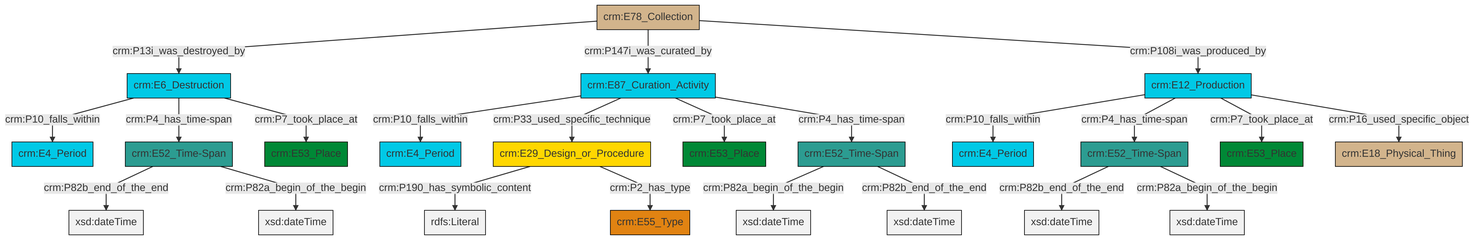
The Mermaid diagram et/archivalCSV/ttl/mmd/png/archival_existence.png in swiss-art-research-net/docs.swissartresearch, before a commit. Its source is kept beside it as et/archivalCSV/ttl/mmd/archival_existence.ttl.mmd.
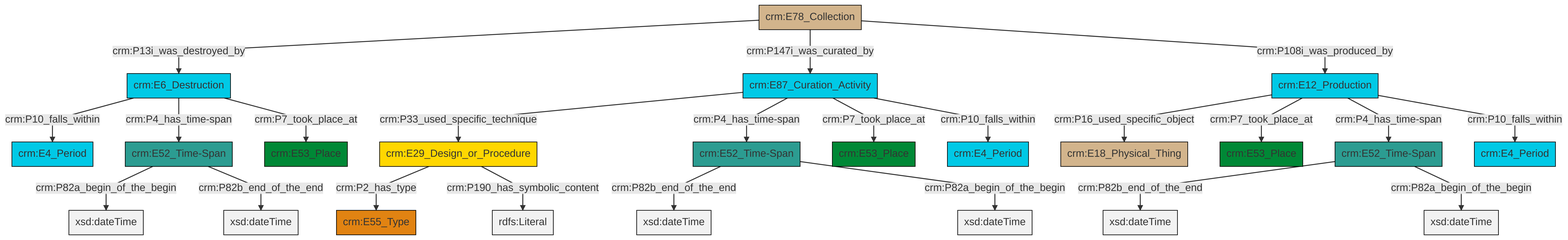
The same diagram one commit later.

Diff of the diagram source:
```diff
@@ -13,25 +13,25 @@
 classDef PC_Classes fill:#4ce600, stroke:#000000;
 classDef Multi fill:#cccccc,stroke:#000000;
 
-0["crm:E87_Curation_Activity"]:::Temporal_Entity -->|crm:P10_falls_within| 1["crm:E4_Period"]:::Temporal_Entity
-4["crm:E12_Production"]:::Temporal_Entity -->|crm:P10_falls_within| 5["crm:E4_Period"]:::Temporal_Entity
-4["crm:E12_Production"]:::Temporal_Entity -->|crm:P4_has_time-span| 8["crm:E52_Time-Span"]:::Time-Span
-6["crm:E52_Time-Span"]:::Time-Span -->|crm:P82b_end_of_the_end| 9[xsd:dateTime]:::Literal
-6["crm:E52_Time-Span"]:::Time-Span -->|crm:P82a_begin_of_the_begin| 14[xsd:dateTime]:::Literal
-8["crm:E52_Time-Span"]:::Time-Span -->|crm:P82b_end_of_the_end| 15[xsd:dateTime]:::Literal
-16["crm:E29_Design_or_Procedure"]:::Conceptual_Object -->|crm:P190_has_symbolic_content| 17[rdfs:Literal]:::Literal
-0["crm:E87_Curation_Activity"]:::Temporal_Entity -->|crm:P33_used_specific_technique| 16["crm:E29_Design_or_Procedure"]:::Conceptual_Object
-18["crm:E52_Time-Span"]:::Time-Span -->|crm:P82a_begin_of_the_begin| 19[xsd:dateTime]:::Literal
-12["crm:E6_Destruction"]:::Temporal_Entity -->|crm:P10_falls_within| 20["crm:E4_Period"]:::Temporal_Entity
-12["crm:E6_Destruction"]:::Temporal_Entity -->|crm:P4_has_time-span| 6["crm:E52_Time-Span"]:::Time-Span
-4["crm:E12_Production"]:::Temporal_Entity -->|crm:P7_took_place_at| 21["crm:E53_Place"]:::Place
-23["crm:E78_Collection"]:::Physical_Thing -->|crm:P13i_was_destroyed_by| 12["crm:E6_Destruction"]:::Temporal_Entity
-8["crm:E52_Time-Span"]:::Time-Span -->|crm:P82a_begin_of_the_begin| 27[xsd:dateTime]:::Literal
-12["crm:E6_Destruction"]:::Temporal_Entity -->|crm:P7_took_place_at| 10["crm:E53_Place"]:::Place
-0["crm:E87_Curation_Activity"]:::Temporal_Entity -->|crm:P7_took_place_at| 29["crm:E53_Place"]:::Place
-4["crm:E12_Production"]:::Temporal_Entity -->|crm:P16_used_specific_object| 25["crm:E18_Physical_Thing"]:::Physical_Thing
-0["crm:E87_Curation_Activity"]:::Temporal_Entity -->|crm:P4_has_time-span| 18["crm:E52_Time-Span"]:::Time-Span
-18["crm:E52_Time-Span"]:::Time-Span -->|crm:P82b_end_of_the_end| 33[xsd:dateTime]:::Literal
-16["crm:E29_Design_or_Procedure"]:::Conceptual_Object -->|crm:P2_has_type| 2["crm:E55_Type"]:::Type
-23["crm:E78_Collection"]:::Physical_Thing -->|crm:P147i_was_curated_by| 0["crm:E87_Curation_Activity"]:::Temporal_Entity
-23["crm:E78_Collection"]:::Physical_Thing -->|crm:P108i_was_produced_by| 4["crm:E12_Production"]:::Temporal_Entity
+0["crm:E78_Collection"]:::Physical_Thing -->|crm:P13i_was_destroyed_by| 1["crm:E6_Destruction"]:::Temporal_Entity
+1["crm:E6_Destruction"]:::Temporal_Entity -->|crm:P10_falls_within| 2["crm:E4_Period"]:::Temporal_Entity
+3["crm:E12_Production"]:::Temporal_Entity -->|crm:P16_used_specific_object| 4["crm:E18_Physical_Thing"]:::Physical_Thing
+1["crm:E6_Destruction"]:::Temporal_Entity -->|crm:P4_has_time-span| 5["crm:E52_Time-Span"]:::Time-Span
+8["crm:E87_Curation_Activity"]:::Temporal_Entity -->|crm:P33_used_specific_technique| 9["crm:E29_Design_or_Procedure"]:::Conceptual_Object
+1["crm:E6_Destruction"]:::Temporal_Entity -->|crm:P7_took_place_at| 11["crm:E53_Place"]:::Place
+8["crm:E87_Curation_Activity"]:::Temporal_Entity -->|crm:P4_has_time-span| 12["crm:E52_Time-Span"]:::Time-Span
+12["crm:E52_Time-Span"]:::Time-Span -->|crm:P82b_end_of_the_end| 14[xsd:dateTime]:::Literal
+3["crm:E12_Production"]:::Temporal_Entity -->|crm:P7_took_place_at| 15["crm:E53_Place"]:::Place
+3["crm:E12_Production"]:::Temporal_Entity -->|crm:P4_has_time-span| 16["crm:E52_Time-Span"]:::Time-Span
+8["crm:E87_Curation_Activity"]:::Temporal_Entity -->|crm:P7_took_place_at| 20["crm:E53_Place"]:::Place
+0["crm:E78_Collection"]:::Physical_Thing -->|crm:P147i_was_curated_by| 8["crm:E87_Curation_Activity"]:::Temporal_Entity
+12["crm:E52_Time-Span"]:::Time-Span -->|crm:P82a_begin_of_the_begin| 24[xsd:dateTime]:::Literal
+16["crm:E52_Time-Span"]:::Time-Span -->|crm:P82b_end_of_the_end| 25[xsd:dateTime]:::Literal
+9["crm:E29_Design_or_Procedure"]:::Conceptual_Object -->|crm:P2_has_type| 27["crm:E55_Type"]:::Type
+8["crm:E87_Curation_Activity"]:::Temporal_Entity -->|crm:P10_falls_within| 6["crm:E4_Period"]:::Temporal_Entity
+16["crm:E52_Time-Span"]:::Time-Span -->|crm:P82a_begin_of_the_begin| 30[xsd:dateTime]:::Literal
+0["crm:E78_Collection"]:::Physical_Thing -->|crm:P108i_was_produced_by| 3["crm:E12_Production"]:::Temporal_Entity
+3["crm:E12_Production"]:::Temporal_Entity -->|crm:P10_falls_within| 31["crm:E4_Period"]:::Temporal_Entity
+5["crm:E52_Time-Span"]:::Time-Span -->|crm:P82a_begin_of_the_begin| 32[xsd:dateTime]:::Literal
+9["crm:E29_Design_or_Procedure"]:::Conceptual_Object -->|crm:P190_has_symbolic_content| 33[rdfs:Literal]:::Literal
+5["crm:E52_Time-Span"]:::Time-Span -->|crm:P82b_end_of_the_end| 36[xsd:dateTime]:::Literal
```
